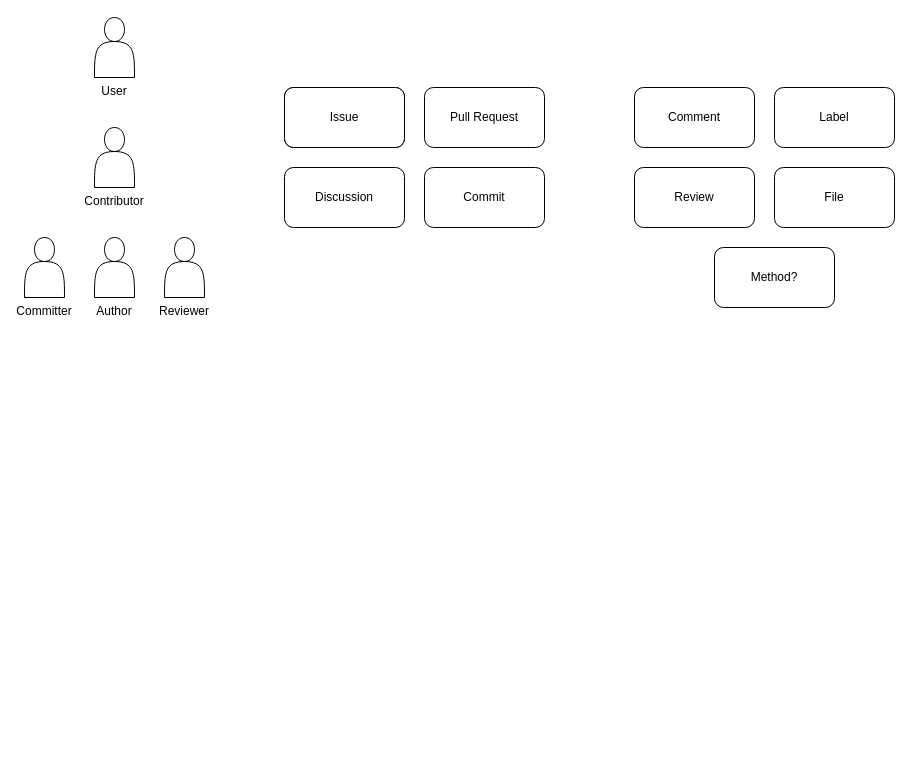
Above: page "Overview-Diagram" (2 of 2) of Exports/Analysis_Storyline.drawio in AlexS-1/Bachelor-Code (draw.io), before the change. Source tidied: cells renumbered, new cells numbered last; positions are measured from the earlier drawing's top-left corner, leaving out a move shared by most shapes. Both pictures are drawn from the tidied source at 100%, with x=0, y=0 at pixel (24, 17).
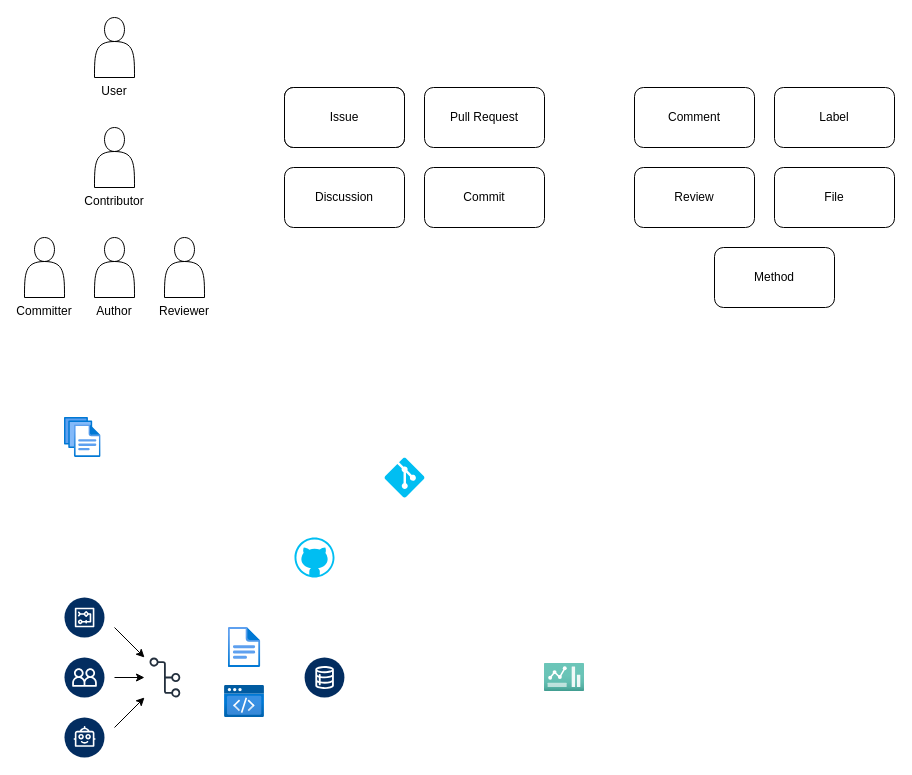
The same diagram, later.

Diff of the diagram source:
```diff
@@
-    <mxCell id="16" value="Method?" style="rounded=1;whiteSpace=wrap;html=1;" parent="1" vertex="1">
+    <mxCell id="16" value="Method" style="rounded=1;whiteSpace=wrap;html=1;" parent="1" vertex="1">
       <mxGeometry x="690" y="230" width="120" height="60" as="geometry" />
     </mxCell>
+    <mxCell id="17" style="image;html=1;align=center;fontSize=12;image=img/lib/azure2/general/Dashboard2.svg;" parent="1" vertex="1">
+      <mxGeometry x="520" y="645.9" width="40" height="28.2" as="geometry" />
+    </mxCell>
+    <mxCell id="18" style="image;html=1;align=center;fontSize=12;image=img/lib/azure2/general/File.svg;" parent="1" vertex="1">
+      <mxGeometry x="203.8" y="610" width="32.5" height="40" as="geometry" />
+    </mxCell>
+    <mxCell id="19" style="image;html=1;align=center;fontSize=12;image=img/lib/azure2/general/Files.svg;" parent="1" vertex="1">
+      <mxGeometry x="40" y="400" width="36.6" height="40" as="geometry" />
+    </mxCell>
+    <mxCell id="20" style="image;html=1;align=center;fontSize=12;image=img/lib/azure2/preview/Static_Apps.svg;" parent="1" vertex="1">
+      <mxGeometry x="200" y="668" width="40" height="32" as="geometry" />
+    </mxCell>
+    <mxCell id="21" style="sketch=0;fontColor=#232F3E;gradientColor=none;fillColor=#232F3D;strokeColor=none;dashed=0;verticalLabelPosition=bottom;verticalAlign=top;align=center;html=1;fontSize=12;fontStyle=0;shape=mxgraph.aws4.git_repository;" parent="1" vertex="1">
+      <mxGeometry x="125" y="640" width="30.8" height="40" as="geometry" />
+    </mxCell>
+    <mxCell id="22" style="verticalLabelPosition=bottom;html=1;verticalAlign=top;align=center;strokeColor=none;fillColor=#00BEF2;shape=mxgraph.azure.github_code;" parent="1" vertex="1">
+      <mxGeometry x="270" y="520" width="40" height="40" as="geometry" />
+    </mxCell>
+    <mxCell id="23" style="verticalLabelPosition=bottom;html=1;verticalAlign=top;align=center;strokeColor=none;fillColor=#00BEF2;shape=mxgraph.azure.git_repository;" parent="1" vertex="1">
+      <mxGeometry x="360" y="440" width="40" height="40" as="geometry" />
+    </mxCell>
+    <mxCell id="24" style="verticalLabelPosition=bottom;html=1;shape=mxgraph.salesforce.data2;" parent="1" vertex="1">
+      <mxGeometry x="280" y="640" width="40" height="40" as="geometry" />
+    </mxCell>
+    <mxCell id="25" style="verticalLabelPosition=bottom;html=1;shape=mxgraph.salesforce.workflow2;" parent="1" vertex="1">
+      <mxGeometry x="40" y="580" width="40" height="40" as="geometry" />
+    </mxCell>
+    <mxCell id="26" style="verticalLabelPosition=bottom;html=1;shape=mxgraph.salesforce.personalization2;" parent="1" vertex="1">
+      <mxGeometry x="40" y="640" width="40" height="40" as="geometry" />
+    </mxCell>
+    <mxCell id="27" style="verticalLabelPosition=bottom;html=1;shape=mxgraph.salesforce.bots2;" parent="1" vertex="1">
+      <mxGeometry x="40" y="700" width="40" height="40" as="geometry" />
+    </mxCell>
+    <mxCell id="28" style="endArrow=classic;html=1;" parent="1" edge="1">
+      <mxGeometry relative="1" as="geometry">
+        <mxPoint x="90" y="610" as="sourcePoint" />
+        <mxPoint x="120" y="640" as="targetPoint" />
+      </mxGeometry>
+    </mxCell>
+    <mxCell id="29" style="endArrow=classic;html=1;" parent="1" edge="1">
+      <mxGeometry relative="1" as="geometry">
+        <mxPoint x="90" y="710" as="sourcePoint" />
+        <mxPoint x="120" y="680" as="targetPoint" />
+      </mxGeometry>
+    </mxCell>
+    <mxCell id="30" style="endArrow=classic;html=1;" parent="1" edge="1">
+      <mxGeometry relative="1" as="geometry">
+        <mxPoint x="90" y="660" as="sourcePoint" />
+        <mxPoint x="120" y="660" as="targetPoint" />
+      </mxGeometry>
+    </mxCell>
```
